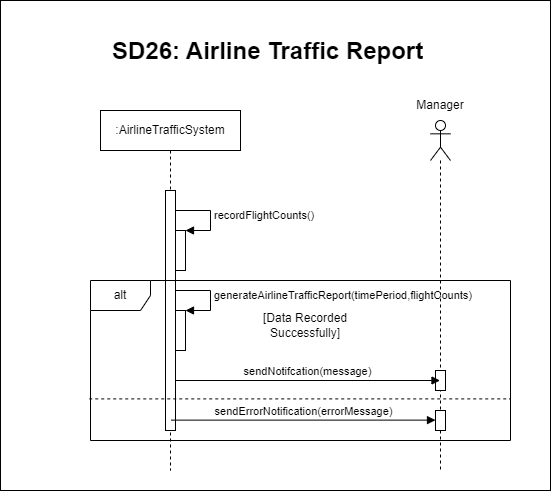
Above: Diagramms/Sequence Diagrams/SequenceDiagram26.png in Smr002/Group01_Airport_Management_System (draw.io), before the change. Source tidied: cells renumbered, new cells last; positions are measured from the earlier drawing's top-left corner, leaving out a move shared by most shapes. Source of this version:
```xml
<mxGraphModel>
  <root>
    <mxCell id="0" />
    <mxCell id="1" parent="0" />
    <mxCell id="2" style="rounded=0;whiteSpace=wrap;html=1;" parent="1" vertex="1">
      <mxGeometry width="550" height="490" as="geometry" />
    </mxCell>
    <mxCell id="3" value="&lt;h1 style=&quot;margin-top: 0px;&quot;&gt;SD26: Airline Traffic Report&lt;/h1&gt;" style="text;html=1;whiteSpace=wrap;overflow=hidden;rounded=0;" parent="1" vertex="1">
      <mxGeometry x="110" y="30" width="390" height="50" as="geometry" />
    </mxCell>
    <mxCell id="4" value=":AirlineTrafficSystem" style="shape=umlLifeline;perimeter=lifelinePerimeter;whiteSpace=wrap;html=1;newEdgeStyle={&quot;edgeStyle&quot;:&quot;elbowEdgeStyle&quot;,&quot;elbow&quot;:&quot;vertical&quot;,&quot;curved&quot;:0,&quot;rounded&quot;:0};" parent="1" vertex="1">
      <mxGeometry x="100" y="110" width="140" height="360" as="geometry" />
    </mxCell>
    <mxCell id="5" style="html=1;perimeter=orthogonalPerimeter;targetShapes=umlLifeline;newEdgeStyle={&quot;edgeStyle&quot;:&quot;elbowEdgeStyle&quot;,&quot;elbow&quot;:&quot;vertical&quot;,&quot;curved&quot;:0,&quot;rounded&quot;:0};" parent="4" vertex="1">
      <mxGeometry x="65" y="80" width="10" height="240" as="geometry" />
    </mxCell>
    <mxCell id="6" style="html=1;points=[[0,0,0,0,5],[0,1,0,0,-5],[1,0,0,0,5],[1,1,0,0,-5]];perimeter=orthogonalPerimeter;outlineConnect=0;targetShapes=umlLifeline;portConstraint=eastwest;newEdgeStyle={&quot;curved&quot;:0,&quot;rounded&quot;:0};" parent="4" vertex="1">
      <mxGeometry x="75" y="120" width="10" height="40" as="geometry" />
    </mxCell>
    <mxCell id="7" value="recordFlightCounts()" style="html=1;align=left;spacingLeft=2;endArrow=block;rounded=0;edgeStyle=orthogonalEdgeStyle;curved=0;rounded=0;" parent="4" edge="1" target="6">
      <mxGeometry relative="1" as="geometry">
        <mxPoint x="75" y="100" as="sourcePoint" />
        <Array as="points">
          <mxPoint x="110" y="100" />
          <mxPoint x="110" y="120" />
        </Array>
      </mxGeometry>
    </mxCell>
    <mxCell id="8" style="html=1;points=[[0,0,0,0,5],[0,1,0,0,-5],[1,0,0,0,5],[1,1,0,0,-5]];perimeter=orthogonalPerimeter;outlineConnect=0;targetShapes=umlLifeline;portConstraint=eastwest;newEdgeStyle={&quot;curved&quot;:0,&quot;rounded&quot;:0};" parent="4" vertex="1">
      <mxGeometry x="75" y="200" width="10" height="40" as="geometry" />
    </mxCell>
    <mxCell id="9" value="generateAirlineTrafficReport(timePeriod,flightCounts)" style="html=1;align=left;spacingLeft=2;endArrow=block;rounded=0;edgeStyle=orthogonalEdgeStyle;curved=0;rounded=0;" parent="4" edge="1" target="8">
      <mxGeometry relative="1" as="geometry">
        <mxPoint x="75" y="180" as="sourcePoint" />
        <Array as="points">
          <mxPoint x="110" y="180" />
          <mxPoint x="110" y="200" />
        </Array>
      </mxGeometry>
    </mxCell>
    <mxCell id="10" style="shape=umlLifeline;perimeter=lifelinePerimeter;whiteSpace=wrap;html=1;newEdgeStyle={&quot;curved&quot;:0,&quot;rounded&quot;:0};participant=umlActor;" parent="1" vertex="1">
      <mxGeometry x="430" y="120" width="20" height="350" as="geometry" />
    </mxCell>
    <mxCell id="11" style="html=1;perimeter=orthogonalPerimeter;targetShapes=umlLifeline;newEdgeStyle={&quot;curved&quot;:0,&quot;rounded&quot;:0};" parent="10" vertex="1">
      <mxGeometry x="5" y="250" width="10" height="20" as="geometry" />
    </mxCell>
    <mxCell id="12" value="sendNotifcation(message)" style="html=1;verticalAlign=bottom;endArrow=block;curved=0;rounded=0;" parent="1" edge="1">
      <mxGeometry relative="1" as="geometry">
        <mxPoint x="175" y="380" as="sourcePoint" />
        <mxPoint x="439.5" y="380" as="targetPoint" />
      </mxGeometry>
    </mxCell>
    <mxCell id="13" value="Manager" style="text;strokeColor=none;align=center;fillColor=none;html=1;verticalAlign=middle;whiteSpace=wrap;rounded=0;" parent="1" vertex="1">
      <mxGeometry x="410" y="90" width="60" height="30" as="geometry" />
    </mxCell>
    <mxCell id="14" value="alt" style="shape=umlFrame;whiteSpace=wrap;html=1;" parent="1" vertex="1">
      <mxGeometry x="90" y="280" width="420" height="160" as="geometry" />
    </mxCell>
    <mxCell id="15" style="html=1;perimeter=orthogonalPerimeter;targetShapes=umlLifeline;newEdgeStyle={&quot;curved&quot;:0,&quot;rounded&quot;:0};" parent="1" vertex="1">
      <mxGeometry x="435" y="410" width="10" height="20" as="geometry" />
    </mxCell>
    <mxCell id="16" value="sendErrorNotification(errorMessage)" style="html=1;verticalAlign=bottom;endArrow=block;curved=0;rounded=0;" parent="1" edge="1">
      <mxGeometry relative="1" as="geometry">
        <mxPoint x="170.5" y="419.6" as="sourcePoint" />
        <mxPoint x="435" y="419.6" as="targetPoint" />
      </mxGeometry>
    </mxCell>
    <mxCell id="17" style="endArrow=none;dashed=1;html=1;rounded=0;exitX=-0.003;exitY=0.74;exitDx=0;exitDy=0;exitPerimeter=0;entryX=1;entryY=0.74;entryDx=0;entryDy=0;entryPerimeter=0;" parent="1" edge="1" source="14" target="14">
      <mxGeometry relative="1" as="geometry" />
    </mxCell>
    <mxCell id="18" value="[Data Recorded Successfully]" style="text;strokeColor=none;align=center;fillColor=none;html=1;verticalAlign=middle;whiteSpace=wrap;rounded=0;" parent="1" vertex="1">
      <mxGeometry x="235" y="310" width="140" height="30" as="geometry" />
    </mxCell>
  </root>
</mxGraphModel>
```
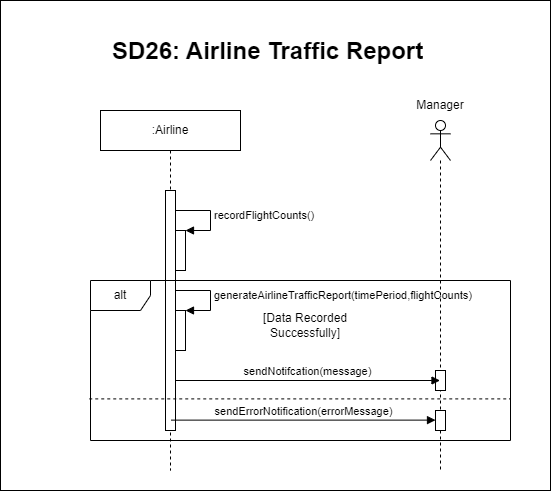
After the change.

Diff of the diagram source:
```diff
@@ -8,7 +8,7 @@
     <mxCell id="3" value="&lt;h1 style=&quot;margin-top: 0px;&quot;&gt;SD26: Airline Traffic Report&lt;/h1&gt;" style="text;html=1;whiteSpace=wrap;overflow=hidden;rounded=0;" parent="1" vertex="1">
       <mxGeometry x="110" y="30" width="390" height="50" as="geometry" />
     </mxCell>
-    <mxCell id="4" value=":AirlineTrafficSystem" style="shape=umlLifeline;perimeter=lifelinePerimeter;whiteSpace=wrap;html=1;newEdgeStyle={&quot;edgeStyle&quot;:&quot;elbowEdgeStyle&quot;,&quot;elbow&quot;:&quot;vertical&quot;,&quot;curved&quot;:0,&quot;rounded&quot;:0};" parent="1" vertex="1">
+    <mxCell id="4" value=":Airline" style="shape=umlLifeline;perimeter=lifelinePerimeter;whiteSpace=wrap;html=1;newEdgeStyle={&quot;edgeStyle&quot;:&quot;elbowEdgeStyle&quot;,&quot;elbow&quot;:&quot;vertical&quot;,&quot;curved&quot;:0,&quot;rounded&quot;:0};" parent="1" vertex="1">
       <mxGeometry x="100" y="110" width="140" height="360" as="geometry" />
     </mxCell>
     <mxCell id="5" style="html=1;perimeter=orthogonalPerimeter;targetShapes=umlLifeline;newEdgeStyle={&quot;edgeStyle&quot;:&quot;elbowEdgeStyle&quot;,&quot;elbow&quot;:&quot;vertical&quot;,&quot;curved&quot;:0,&quot;rounded&quot;:0};" parent="4" vertex="1">
```
